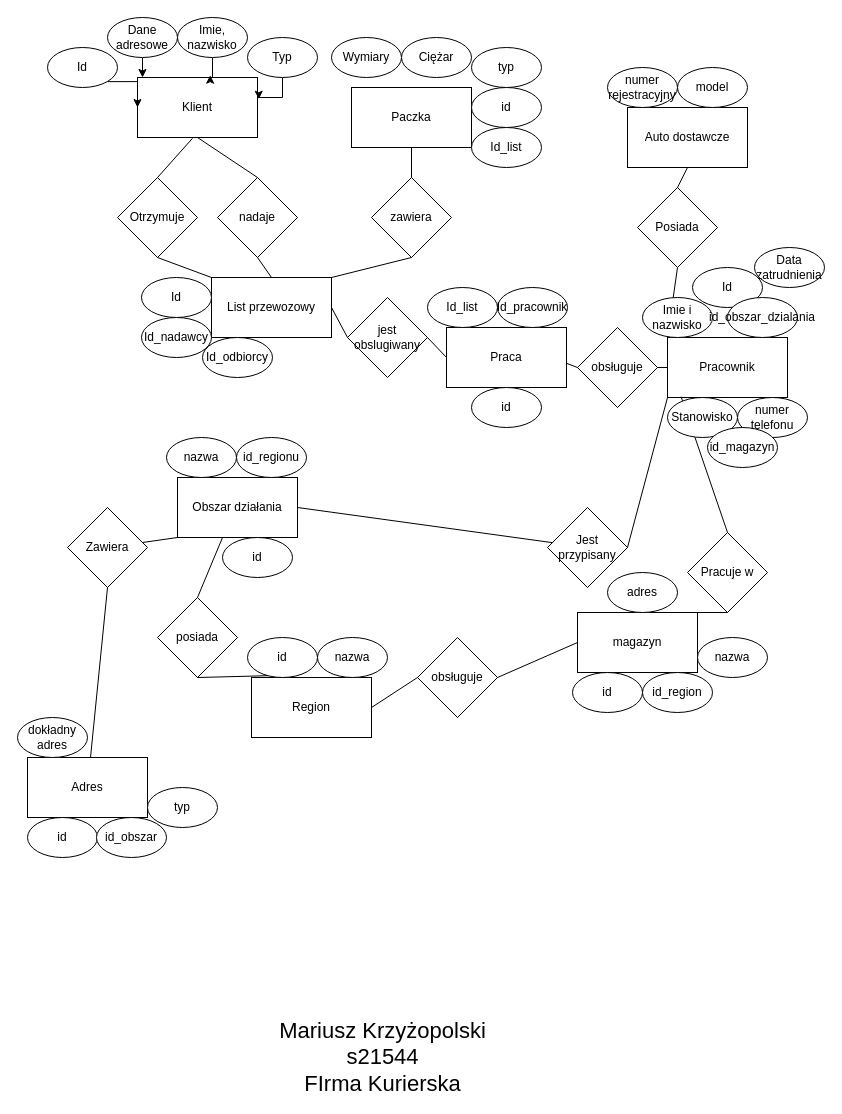
Earlier version of the draw.io diagram firma kurierska.drawio (mariuszkrzyzopolski/mpr). Source tidied: cells renumbered, new cells numbered last; positions are measured from the earlier drawing's top-left corner, leaving out a move shared by most shapes. Both pictures are drawn from the tidied source at 100%, with x=0, y=0 at pixel (17, 17).
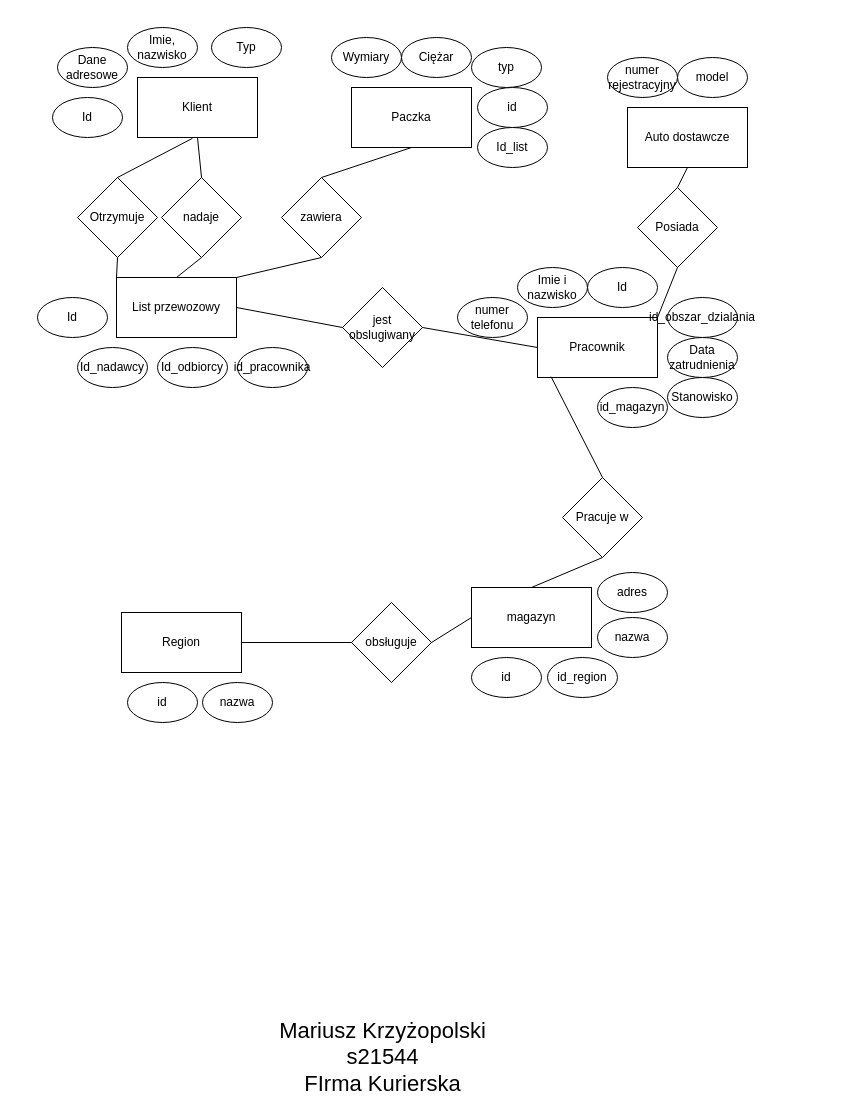
The same page after the edit.

The change refers to these unchanged cells:
```xml
<mxCell id="3" value="Klient" style="rounded=0;whiteSpace=wrap;html=1;" parent="1" vertex="1">
  <mxGeometry x="120" y="60" width="120" height="60" as="geometry" />
</mxCell>
<mxCell id="14" value="Posiada" style="rhombus;whiteSpace=wrap;html=1;" parent="1" vertex="1">
  <mxGeometry x="620" y="170" width="80" height="80" as="geometry" />
</mxCell>
```

What changed in the source:
```diff
@@
     <mxCell id="2" value="Otrzymuje" style="rhombus;whiteSpace=wrap;html=1;" parent="1" vertex="1">
-      <mxGeometry x="100" y="160" width="80" height="80" as="geometry" />
+      <mxGeometry x="60" y="160" width="80" height="80" as="geometry" />
     </mxCell>
@@
     <mxCell id="4" value="nadaje" style="rhombus;whiteSpace=wrap;html=1;" parent="1" vertex="1">
-      <mxGeometry x="200" y="160" width="80" height="80" as="geometry" />
+      <mxGeometry x="144" y="160" width="80" height="80" as="geometry" />
     </mxCell>
@@
     <mxCell id="6" value="List przewozowy" style="rounded=0;whiteSpace=wrap;html=1;" parent="1" vertex="1">
-      <mxGeometry x="194" y="260" width="120" height="60" as="geometry" />
+      <mxGeometry x="99" y="260" width="120" height="60" as="geometry" />
     </mxCell>
     <mxCell id="7" value="zawiera" style="rhombus;whiteSpace=wrap;html=1;" parent="1" vertex="1">
-      <mxGeometry x="354" y="160" width="80" height="80" as="geometry" />
+      <mxGeometry x="264" y="160" width="80" height="80" as="geometry" />
     </mxCell>
@@
     <mxCell id="13" value="Pracownik" style="rounded=0;whiteSpace=wrap;html=1;" parent="1" vertex="1">
-      <mxGeometry x="650" y="320" width="120" height="60" as="geometry" />
+      <mxGeometry x="520" y="300" width="120" height="60" as="geometry" />
     </mxCell>
@@
-    <mxCell id="17" style="endArrow=none;html=1;entryX=0.5;entryY=1;entryDx=0;entryDy=0;exitX=0;exitY=0;exitDx=0;exitDy=0;" parent="1" edge="1" source="13" target="14">
+    <mxCell id="17" style="endArrow=none;html=1;entryX=0.5;entryY=1;entryDx=0;entryDy=0;exitX=1;exitY=0;exitDx=0;exitDy=0;" parent="1" edge="1" source="13" target="14">
       <mxGeometry relative="1" as="geometry" />
     </mxCell>
     <mxCell id="18" value="Pracuje w" style="rhombus;whiteSpace=wrap;html=1;" parent="1" vertex="1">
-      <mxGeometry x="670" y="515" width="80" height="80" as="geometry" />
+      <mxGeometry x="545" y="460" width="80" height="80" as="geometry" />
     </mxCell>
     <mxCell id="19" value="magazyn" style="rounded=0;whiteSpace=wrap;html=1;" parent="1" vertex="1">
-      <mxGeometry x="560" y="595" width="120" height="60" as="geometry" />
+      <mxGeometry x="454" y="570" width="120" height="60" as="geometry" />
     </mxCell>
@@
-    <mxCell id="22" value="Jest przypisany" style="rhombus;whiteSpace=wrap;html=1;" parent="1" vertex="1">
-      <mxGeometry x="530" y="490" width="80" height="80" as="geometry" />
-    </mxCell>
-    <mxCell id="23" value="Obszar działania" style="rounded=0;whiteSpace=wrap;html=1;" parent="1" vertex="1">
-      <mxGeometry x="160" y="460" width="120" height="60" as="geometry" />
-    </mxCell>
-    <mxCell id="24" style="endArrow=none;html=1;entryX=0;entryY=1;entryDx=0;entryDy=0;exitX=1;exitY=0.5;exitDx=0;exitDy=0;" parent="1" edge="1" source="22" target="13">
-      <mxGeometry relative="1" as="geometry" />
-    </mxCell>
-    <mxCell id="25" style="endArrow=none;html=1;entryX=1;entryY=0.5;entryDx=0;entryDy=0;" parent="1" edge="1" source="22" target="23">
-      <mxGeometry relative="1" as="geometry" />
-    </mxCell>
-    <mxCell id="26" value="Zawiera" style="rhombus;whiteSpace=wrap;html=1;" parent="1" vertex="1">
-      <mxGeometry x="50" y="490" width="80" height="80" as="geometry" />
-    </mxCell>
-    <mxCell id="27" style="endArrow=none;html=1;entryX=0;entryY=1;entryDx=0;entryDy=0;" parent="1" edge="1" source="26" target="23">
-      <mxGeometry relative="1" as="geometry" />
-    </mxCell>
-    <mxCell id="28" value="Adres" style="rounded=0;whiteSpace=wrap;html=1;" parent="1" vertex="1">
-      <mxGeometry x="10" y="740" width="120" height="60" as="geometry" />
-    </mxCell>
-    <mxCell id="29" style="endArrow=none;html=1;exitX=0.5;exitY=1;exitDx=0;exitDy=0;" parent="1" edge="1" source="26" target="28">
-      <mxGeometry relative="1" as="geometry" />
-    </mxCell>
-    <mxCell id="30" value="posiada" style="rhombus;whiteSpace=wrap;html=1;" parent="1" vertex="1">
-      <mxGeometry x="140" y="580" width="80" height="80" as="geometry" />
-    </mxCell>
-    <mxCell id="31" style="endArrow=none;html=1;exitX=0.5;exitY=0;exitDx=0;exitDy=0;entryX=0.375;entryY=1;entryDx=0;entryDy=0;entryPerimeter=0;" parent="1" edge="1" source="30" target="23">
-      <mxGeometry relative="1" as="geometry" />
-    </mxCell>
     <mxCell id="32" value="Region" style="rounded=0;whiteSpace=wrap;html=1;" parent="1" vertex="1">
-      <mxGeometry x="234" y="660" width="120" height="60" as="geometry" />
+      <mxGeometry x="104" y="595" width="120" height="60" as="geometry" />
     </mxCell>
-    <mxCell id="33" style="endArrow=none;html=1;entryX=0.5;entryY=1;entryDx=0;entryDy=0;exitX=0.192;exitY=-0.033;exitDx=0;exitDy=0;exitPerimeter=0;" parent="1" edge="1" source="32" target="30">
-      <mxGeometry relative="1" as="geometry" />
-    </mxCell>
     <mxCell id="34" value="obsługuje" style="rhombus;whiteSpace=wrap;html=1;" parent="1" vertex="1">
-      <mxGeometry x="400" y="620" width="80" height="80" as="geometry" />
+      <mxGeometry x="334" y="585" width="80" height="80" as="geometry" />
     </mxCell>
@@
-    <mxCell id="37" style="edgeStyle=orthogonalEdgeStyle;rounded=0;jettySize=auto;html=1;exitX=1;exitY=1;exitDx=0;exitDy=0;entryX=0;entryY=0.5;entryDx=0;entryDy=0;" parent="1" edge="1" source="38" target="3">
-      <mxGeometry relative="1" as="geometry" />
-    </mxCell>
     <mxCell id="38" value="Id" style="ellipse;whiteSpace=wrap;html=1;" parent="1" vertex="1">
-      <mxGeometry x="30" y="30" width="70" height="40" as="geometry" />
+      <mxGeometry x="35" y="80" width="70" height="40" as="geometry" />
     </mxCell>
-    <mxCell id="39" style="edgeStyle=orthogonalEdgeStyle;rounded=0;jettySize=auto;html=1;entryX=0.044;entryY=-0.01;entryDx=0;entryDy=0;entryPerimeter=0;" parent="1" edge="1" source="40" target="3">
-      <mxGeometry relative="1" as="geometry" />
-    </mxCell>
     <mxCell id="40" value="Dane adresowe" style="ellipse;whiteSpace=wrap;html=1;" parent="1" vertex="1">
-      <mxGeometry x="90" width="70" height="40" as="geometry" />
+      <mxGeometry x="40" y="30" width="70" height="40" as="geometry" />
     </mxCell>
-    <mxCell id="41" style="edgeStyle=orthogonalEdgeStyle;rounded=0;jettySize=auto;html=1;entryX=0.606;entryY=-0.038;entryDx=0;entryDy=0;entryPerimeter=0;" parent="1" edge="1" source="42" target="3">
-      <mxGeometry relative="1" as="geometry" />
-    </mxCell>
     <mxCell id="42" value="Imie, nazwisko" style="ellipse;whiteSpace=wrap;html=1;" parent="1" vertex="1">
-      <mxGeometry x="160" width="70" height="40" as="geometry" />
+      <mxGeometry x="110" y="10" width="70" height="40" as="geometry" />
     </mxCell>
@@
-    <mxCell id="44" style="edgeStyle=orthogonalEdgeStyle;rounded=0;jettySize=auto;html=1;entryX=1.011;entryY=0.362;entryDx=0;entryDy=0;entryPerimeter=0;" parent="1" edge="1" source="45" target="3">
-      <mxGeometry relative="1" as="geometry" />
-    </mxCell>
     <mxCell id="45" value="Typ" style="ellipse;whiteSpace=wrap;html=1;" parent="1" vertex="1">
-      <mxGeometry x="230" y="20" width="70" height="40" as="geometry" />
+      <mxGeometry x="194" y="10" width="70" height="40" as="geometry" />
     </mxCell>
@@
+    <mxCell id="87" style="edgeStyle=orthogonalEdgeStyle;rounded=0;jettySize=auto;html=1;exitX=0.5;exitY=1;exitDx=0;exitDy=0;" parent="1" edge="1" source="49" target="50">
+      <mxGeometry relative="1" as="geometry" />
+    </mxCell>
     <mxCell id="49" value="id" style="ellipse;whiteSpace=wrap;html=1;" parent="1" vertex="1">
-      <mxGeometry x="454" y="70" width="70" height="40" as="geometry" />
+      <mxGeometry x="460" y="70" width="70" height="40" as="geometry" />
     </mxCell>
     <mxCell id="50" value="Id_list" style="ellipse;whiteSpace=wrap;html=1;" parent="1" vertex="1">
-      <mxGeometry x="454" y="110" width="70" height="40" as="geometry" />
+      <mxGeometry x="460" y="110" width="70" height="40" as="geometry" />
     </mxCell>
     <mxCell id="51" value="Id" style="ellipse;whiteSpace=wrap;html=1;" parent="1" vertex="1">
-      <mxGeometry x="124" y="260" width="70" height="40" as="geometry" />
+      <mxGeometry x="20" y="280" width="70" height="40" as="geometry" />
     </mxCell>
     <mxCell id="52" value="Id_nadawcy" style="ellipse;whiteSpace=wrap;html=1;" parent="1" vertex="1">
-      <mxGeometry x="124" y="300" width="70" height="40" as="geometry" />
+      <mxGeometry x="60" y="330" width="70" height="40" as="geometry" />
     </mxCell>
     <mxCell id="53" value="Id_odbiorcy" style="ellipse;whiteSpace=wrap;html=1;" parent="1" vertex="1">
-      <mxGeometry x="185" y="320" width="70" height="40" as="geometry" />
+      <mxGeometry x="140" y="330" width="70" height="40" as="geometry" />
     </mxCell>
-    <mxCell id="54" value="Praca" style="rounded=0;whiteSpace=wrap;html=1;" parent="1" vertex="1">
-      <mxGeometry x="429" y="310" width="120" height="60" as="geometry" />
-    </mxCell>
     <mxCell id="55" value="jest obslugiwany" style="rhombus;whiteSpace=wrap;html=1;" parent="1" vertex="1">
-      <mxGeometry x="330" y="280" width="80" height="80" as="geometry" />
+      <mxGeometry x="325" y="270" width="80" height="80" as="geometry" />
     </mxCell>
-    <mxCell id="56" style="endArrow=none;html=1;exitX=1;exitY=0.5;exitDx=0;exitDy=0;entryX=0;entryY=0.5;entryDx=0;entryDy=0;" parent="1" edge="1" source="55" target="54">
-      <mxGeometry relative="1" as="geometry" />
-    </mxCell>
@@
-    <mxCell id="58" value="obsługuje" style="rhombus;whiteSpace=wrap;html=1;" parent="1" vertex="1">
-      <mxGeometry x="560" y="310" width="80" height="80" as="geometry" />
-    </mxCell>
-    <mxCell id="59" style="endArrow=none;html=1;entryX=0;entryY=0.5;entryDx=0;entryDy=0;exitX=0.998;exitY=0.595;exitDx=0;exitDy=0;exitPerimeter=0;" parent="1" edge="1" source="54" target="58">
-      <mxGeometry relative="1" as="geometry" />
-    </mxCell>
-    <mxCell id="60" style="endArrow=none;html=1;entryX=0;entryY=0.5;entryDx=0;entryDy=0;exitX=1;exitY=0.5;exitDx=0;exitDy=0;" parent="1" edge="1" source="58" target="13">
-      <mxGeometry relative="1" as="geometry" />
-    </mxCell>
-    <mxCell id="61" value="Id_list" style="ellipse;whiteSpace=wrap;html=1;" parent="1" vertex="1">
-      <mxGeometry x="410" y="270" width="70" height="40" as="geometry" />
-    </mxCell>
-    <mxCell id="62" value="Id_pracownik" style="ellipse;whiteSpace=wrap;html=1;" parent="1" vertex="1">
-      <mxGeometry x="480" y="270" width="70" height="40" as="geometry" />
-    </mxCell>
-    <mxCell id="63" value="id" style="ellipse;whiteSpace=wrap;html=1;" parent="1" vertex="1">
-      <mxGeometry x="454" y="370" width="70" height="40" as="geometry" />
-    </mxCell>
     <mxCell id="64" value="numer rejestracyjny" style="ellipse;whiteSpace=wrap;html=1;" parent="1" vertex="1">
-      <mxGeometry x="590" y="50" width="70" height="40" as="geometry" />
+      <mxGeometry x="590" y="40" width="70" height="40" as="geometry" />
     </mxCell>
     <mxCell id="65" value="model" style="ellipse;whiteSpace=wrap;html=1;" parent="1" vertex="1">
-      <mxGeometry x="660" y="50" width="70" height="40" as="geometry" />
+      <mxGeometry x="660" y="40" width="70" height="40" as="geometry" />
     </mxCell>
     <mxCell id="66" value="Imie i nazwisko" style="ellipse;whiteSpace=wrap;html=1;" parent="1" vertex="1">
-      <mxGeometry x="625" y="280" width="70" height="40" as="geometry" />
+      <mxGeometry x="500" y="250" width="70" height="40" as="geometry" />
     </mxCell>
     <mxCell id="67" value="Data zatrudnienia" style="ellipse;whiteSpace=wrap;html=1;" parent="1" vertex="1">
-      <mxGeometry x="737" y="230" width="70" height="40" as="geometry" />
+      <mxGeometry x="650" y="320" width="70" height="40" as="geometry" />
     </mxCell>
     <mxCell id="68" value="Stanowisko" style="ellipse;whiteSpace=wrap;html=1;" parent="1" vertex="1">
-      <mxGeometry x="650" y="380" width="70" height="40" as="geometry" />
+      <mxGeometry x="650" y="360" width="70" height="40" as="geometry" />
     </mxCell>
     <mxCell id="69" value="numer telefonu" style="ellipse;whiteSpace=wrap;html=1;" parent="1" vertex="1">
-      <mxGeometry x="720" y="380" width="70" height="40" as="geometry" />
+      <mxGeometry x="440" y="280" width="70" height="40" as="geometry" />
     </mxCell>
     <mxCell id="70" value="Id" style="ellipse;whiteSpace=wrap;html=1;" parent="1" vertex="1">
-      <mxGeometry x="675" y="250" width="70" height="40" as="geometry" />
+      <mxGeometry x="570" y="250" width="70" height="40" as="geometry" />
     </mxCell>
     <mxCell id="71" value="id_magazyn" style="ellipse;whiteSpace=wrap;html=1;" parent="1" vertex="1">
-      <mxGeometry x="690" y="410" width="70" height="40" as="geometry" />
+      <mxGeometry x="580" y="370" width="70" height="40" as="geometry" />
     </mxCell>
     <mxCell id="72" value="id_obszar_dzialania" style="ellipse;whiteSpace=wrap;html=1;" parent="1" vertex="1">
-      <mxGeometry x="710" y="280" width="70" height="40" as="geometry" />
+      <mxGeometry x="650" y="280" width="70" height="40" as="geometry" />
     </mxCell>
     <mxCell id="73" value="id" style="ellipse;whiteSpace=wrap;html=1;" parent="1" vertex="1">
-      <mxGeometry x="555" y="655" width="70" height="40" as="geometry" />
+      <mxGeometry x="454" y="640" width="70" height="40" as="geometry" />
     </mxCell>
     <mxCell id="74" value="id_region" style="ellipse;whiteSpace=wrap;html=1;" parent="1" vertex="1">
-      <mxGeometry x="625" y="655" width="70" height="40" as="geometry" />
+      <mxGeometry x="530" y="640" width="70" height="40" as="geometry" />
     </mxCell>
     <mxCell id="75" value="nazwa" style="ellipse;whiteSpace=wrap;html=1;" parent="1" vertex="1">
-      <mxGeometry x="680" y="620" width="70" height="40" as="geometry" />
+      <mxGeometry x="580" y="600" width="70" height="40" as="geometry" />
     </mxCell>
     <mxCell id="76" value="adres" style="ellipse;whiteSpace=wrap;html=1;" parent="1" vertex="1">
-      <mxGeometry x="590" y="555" width="70" height="40" as="geometry" />
+      <mxGeometry x="580" y="555" width="70" height="40" as="geometry" />
     </mxCell>
     <mxCell id="77" value="id" style="ellipse;whiteSpace=wrap;html=1;" parent="1" vertex="1">
-      <mxGeometry x="230" y="620" width="70" height="40" as="geometry" />
+      <mxGeometry x="110" y="665" width="70" height="40" as="geometry" />
     </mxCell>
     <mxCell id="78" value="nazwa" style="ellipse;whiteSpace=wrap;html=1;" parent="1" vertex="1">
-      <mxGeometry x="300" y="620" width="70" height="40" as="geometry" />
+      <mxGeometry x="185" y="665" width="70" height="40" as="geometry" />
     </mxCell>
-    <mxCell id="79" value="id" style="ellipse;whiteSpace=wrap;html=1;" parent="1" vertex="1">
-      <mxGeometry x="205" y="520" width="70" height="40" as="geometry" />
-    </mxCell>
-    <mxCell id="80" value="id_regionu" style="ellipse;whiteSpace=wrap;html=1;" parent="1" vertex="1">
-      <mxGeometry x="219" y="420" width="70" height="40" as="geometry" />
-    </mxCell>
-    <mxCell id="81" value="nazwa" style="ellipse;whiteSpace=wrap;html=1;" parent="1" vertex="1">
-      <mxGeometry x="149" y="420" width="70" height="40" as="geometry" />
-    </mxCell>
-    <mxCell id="82" value="id" style="ellipse;whiteSpace=wrap;html=1;" parent="1" vertex="1">
-      <mxGeometry x="10" y="800" width="70" height="40" as="geometry" />
-    </mxCell>
-    <mxCell id="83" value="dokładny adres" style="ellipse;whiteSpace=wrap;html=1;" parent="1" vertex="1">
-      <mxGeometry y="700" width="70" height="40" as="geometry" />
-    </mxCell>
-    <mxCell id="84" value="id_obszar" style="ellipse;whiteSpace=wrap;html=1;" parent="1" vertex="1">
-      <mxGeometry x="79" y="800" width="70" height="40" as="geometry" />
-    </mxCell>
-    <mxCell id="85" value="typ" style="ellipse;whiteSpace=wrap;html=1;" parent="1" vertex="1">
-      <mxGeometry x="130" y="770" width="70" height="40" as="geometry" />
-    </mxCell>
@@
+    <mxCell id="88" style="endArrow=none;html=1;entryX=1;entryY=0.5;entryDx=0;entryDy=0;exitX=0;exitY=0.5;exitDx=0;exitDy=0;" parent="1" edge="1" source="13" target="55">
+      <mxGeometry relative="1" as="geometry" />
+    </mxCell>
+    <mxCell id="89" value="id_pracownika" style="ellipse;whiteSpace=wrap;html=1;" parent="1" vertex="1">
+      <mxGeometry x="220" y="330" width="70" height="40" as="geometry" />
+    </mxCell>
```
